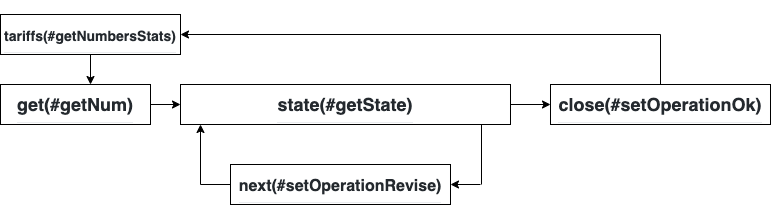
s00d/onlinesim-php-api keeps this draw.io diagram as Diagrams/GetNumber.png. Above is the earlier version. Source tidied: cells renumbered, new cells last; positions are measured from the earlier drawing's top-left corner, leaving out a move shared by most shapes.
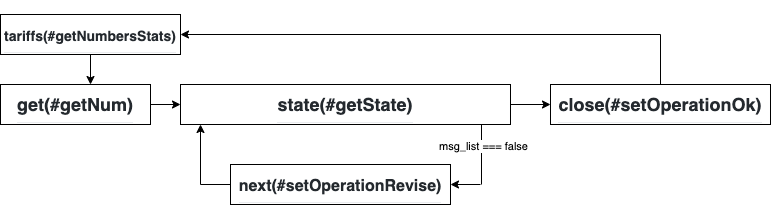
Above is the later version.

Diff of the diagram source:
```diff
@@ -31,6 +31,9 @@
         <mxPoint x="481" y="110" as="targetPoint" />
       </mxGeometry>
     </mxCell>
+    <mxCell id="16" value="msg_list === false" style="edgeLabel;html=1;align=center;verticalAlign=middle;" parent="8" vertex="1">
+      <mxGeometry x="0.3" y="-1" relative="1" as="geometry" />
+    </mxCell>
     <mxCell id="9" style="endArrow=classic;html=1;entryX=1;entryY=0.5;entryDx=0;entryDy=0;" parent="1" edge="1" target="7">
       <mxGeometry relative="1" as="geometry">
         <mxPoint x="480" y="170" as="sourcePoint" />
```
